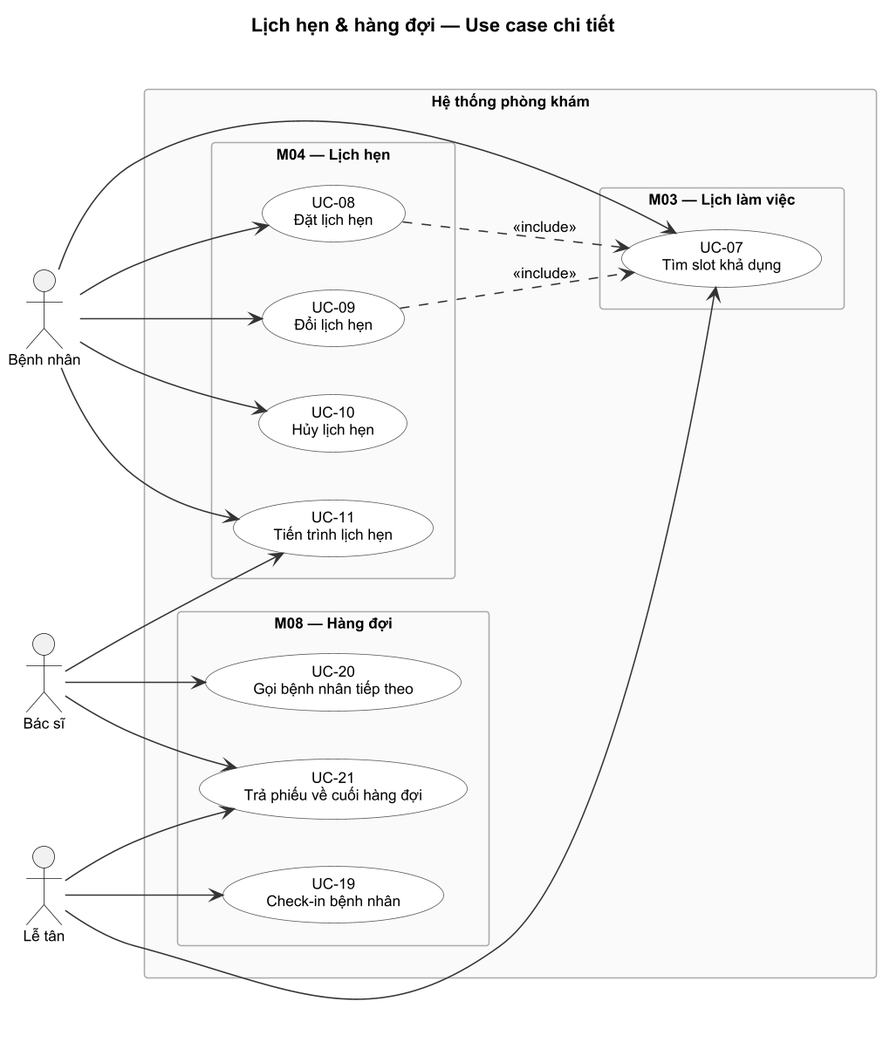
The PlantUML diagram docs/design/use-case/use-case-2.png in Samie32/SE-project, before a commit. The source it was exported from:
```plantuml
@startuml use-case-2
skinparam usecase {
  BackgroundColor White
  BorderColor #555
  ArrowColor #333
}
skinparam packageStyle rectangle
skinparam packageBackgroundColor #FAFAFA
skinparam packageBorderColor #AAAAAA
skinparam shadowing false
skinparam defaultFontName Arial
skinparam defaultFontSize 11
skinparam dpi 150
title Lịch hẹn & hàng đợi — Use case chi tiết

left to right direction

actor "Bệnh nhân" as Patient
actor "Bác sĩ" as Doctor
actor "Lễ tân" as Receptionist

rectangle "Hệ thống phòng khám" {

  package "M03 — Lịch làm việc" {
    usecase "UC-07\nTìm slot khả dụng" as UC07
  }

  package "M04 — Lịch hẹn" {
    usecase "UC-08\nĐặt lịch hẹn" as UC08
    usecase "UC-09\nĐổi lịch hẹn" as UC09
    usecase "UC-10\nHủy lịch hẹn" as UC10
    usecase "UC-11\nTiến trình lịch hẹn" as UC11
  }

  package "M08 — Hàng đợi" {
    usecase "UC-19\nCheck-in bệnh nhân" as UC19
    usecase "UC-20\nGọi bệnh nhân tiếp theo" as UC20
    usecase "UC-21\nTrả phiếu về cuối hàng đợi" as UC21
  }
}

Patient --> UC07
Patient --> UC08
Patient --> UC09
Patient --> UC10
Patient --> UC11

Receptionist --> UC07
Receptionist --> UC19
Receptionist --> UC21

Doctor --> UC11
Doctor --> UC20
Doctor --> UC21

UC08 ..> UC07 : <<include>>
UC09 ..> UC07 : <<include>>
@enduml
```
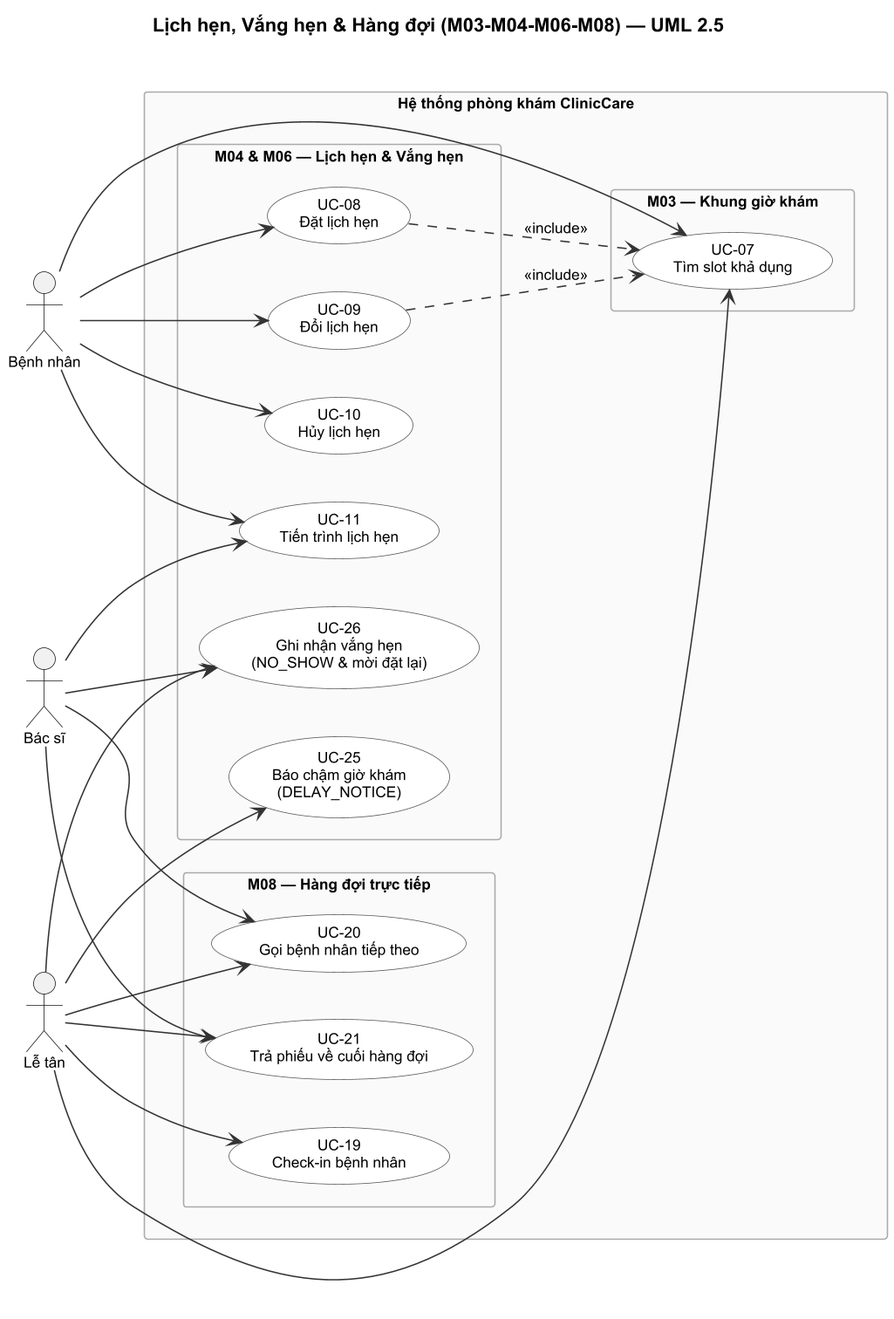
Above is the later version.

Change to the diagram source:
```diff
@@ -11,7 +11,7 @@
 skinparam defaultFontName Arial
 skinparam defaultFontSize 11
 skinparam dpi 150
-title Lịch hẹn & hàng đợi — Use case chi tiết
+title Lịch hẹn, Vắng hẹn & Hàng đợi (M03-M04-M06-M08) — UML 2.5
 
 left to right direction
 
@@ -19,20 +19,22 @@
 actor "Bác sĩ" as Doctor
 actor "Lễ tân" as Receptionist
 
-rectangle "Hệ thống phòng khám" {
+rectangle "Hệ thống phòng khám ClinicCare" {
 
-  package "M03 — Lịch làm việc" {
+  package "M03 — Khung giờ khám" {
     usecase "UC-07\nTìm slot khả dụng" as UC07
   }
 
-  package "M04 — Lịch hẹn" {
+  package "M04 & M06 — Lịch hẹn & Vắng hẹn" {
     usecase "UC-08\nĐặt lịch hẹn" as UC08
     usecase "UC-09\nĐổi lịch hẹn" as UC09
     usecase "UC-10\nHủy lịch hẹn" as UC10
     usecase "UC-11\nTiến trình lịch hẹn" as UC11
+    usecase "UC-25\nBáo chậm giờ khám\n(DELAY_NOTICE)" as UC25
+    usecase "UC-26\nGhi nhận vắng hẹn\n(NO_SHOW & mời đặt lại)" as UC26
   }
 
-  package "M08 — Hàng đợi" {
+  package "M08 — Hàng đợi trực tiếp" {
     usecase "UC-19\nCheck-in bệnh nhân" as UC19
     usecase "UC-20\nGọi bệnh nhân tiếp theo" as UC20
     usecase "UC-21\nTrả phiếu về cuối hàng đợi" as UC21
@@ -47,11 +49,15 @@
 
 Receptionist --> UC07
 Receptionist --> UC19
+Receptionist --> UC20
 Receptionist --> UC21
+Receptionist --> UC25
+Receptionist --> UC26
 
 Doctor --> UC11
 Doctor --> UC20
 Doctor --> UC21
+Doctor --> UC26
 
 UC08 ..> UC07 : <<include>>
 UC09 ..> UC07 : <<include>>
```
